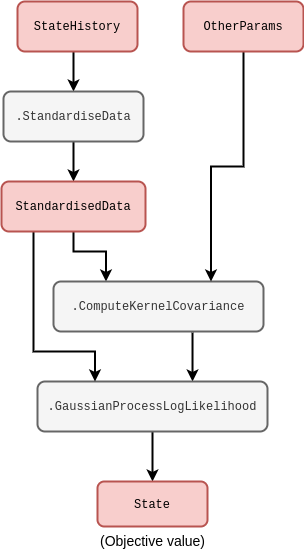
Before: assets/stochadexII/stochadexII-gaussian-process-code.drawio.png, a diagram exported from draw.io (umbralcalc/umbralcalc.github.io). Source tidied: cells renumbered, new cells last; positions are measured from the earlier drawing's top-left corner, leaving out a move shared by most shapes.
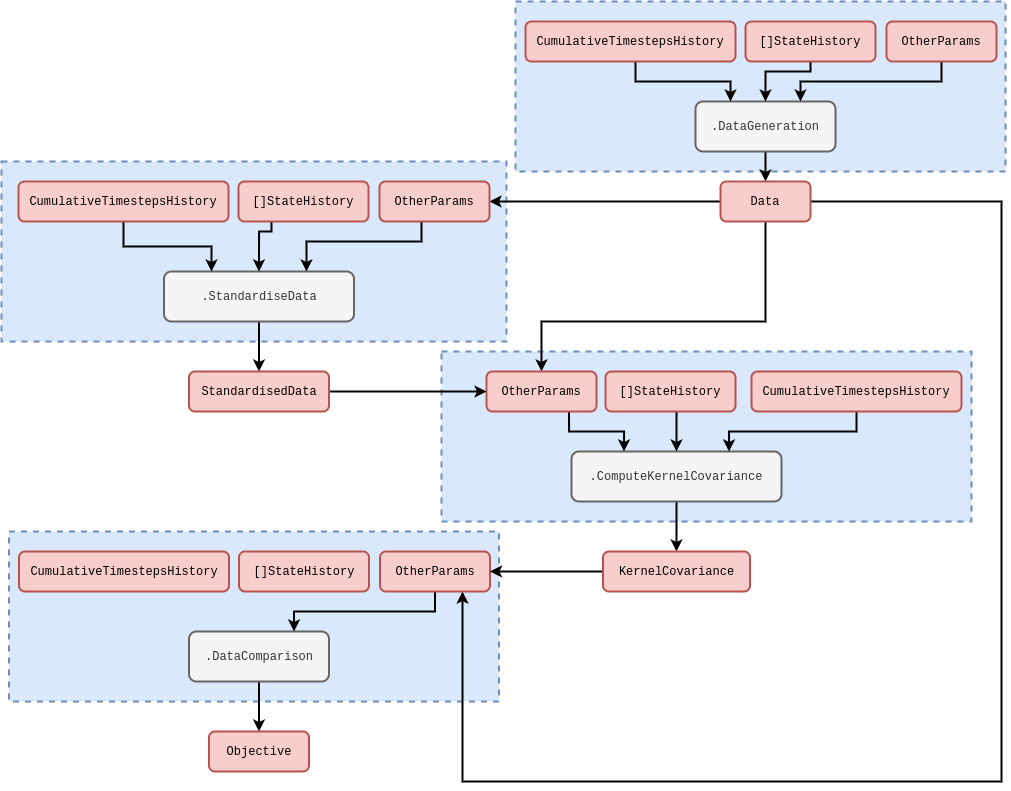
Later version of the same file.

Commit message:
Updated diagram for Gaussian processes

Diff of the diagram source:
```diff
@@ -2,66 +2,182 @@
   <root>
     <mxCell id="0" />
     <mxCell id="1" parent="0" />
-    <mxCell id="2" style="edgeStyle=orthogonalEdgeStyle;rounded=0;jettySize=auto;html=1;entryX=0.25;entryY=0;entryDx=0;entryDy=0;strokeWidth=2;exitX=0.5;exitY=1;exitDx=0;exitDy=0;" parent="1" edge="1" source="12" target="5">
-      <mxGeometry relative="1" as="geometry">
-        <Array as="points">
-          <mxPoint x="72" y="250" />
-          <mxPoint x="105" y="250" />
-        </Array>
-      </mxGeometry>
-    </mxCell>
-    <mxCell id="3" style="edgeStyle=orthogonalEdgeStyle;rounded=0;jettySize=auto;html=1;entryX=0.5;entryY=0;entryDx=0;entryDy=0;strokeWidth=2;exitX=0.5;exitY=1;exitDx=0;exitDy=0;" parent="1" edge="1" target="10">
-      <mxGeometry relative="1" as="geometry">
-        <mxPoint x="72" y="50" as="sourcePoint" />
-        <Array as="points">
-          <mxPoint x="72" y="60" />
-          <mxPoint x="72" y="60" />
-        </Array>
-      </mxGeometry>
-    </mxCell>
-    <mxCell id="4" style="edgeStyle=orthogonalEdgeStyle;rounded=0;jettySize=auto;html=1;exitX=0.662;exitY=1.02;exitDx=0;exitDy=0;exitPerimeter=0;entryX=0.674;entryY=0;entryDx=0;entryDy=0;entryPerimeter=0;strokeWidth=2;" parent="1" edge="1" source="5" target="7">
-      <mxGeometry relative="1" as="geometry" />
-    </mxCell>
+    <mxCell id="17" style="rounded=0;whiteSpace=wrap;html=1;dashed=1;strokeWidth=2;fillColor=#dae8fc;strokeColor=#6c8ebf;" parent="1" vertex="1">
+      <mxGeometry x="-70.5" y="530" width="490" height="170" as="geometry" />
+    </mxCell>
+    <mxCell id="18" style="rounded=0;whiteSpace=wrap;html=1;dashed=1;strokeWidth=2;fillColor=#dae8fc;strokeColor=#6c8ebf;" parent="1" vertex="1">
+      <mxGeometry x="-78" y="160" width="505" height="180" as="geometry" />
+    </mxCell>
+    <mxCell id="19" style="rounded=0;whiteSpace=wrap;html=1;dashed=1;strokeWidth=2;fillColor=#dae8fc;strokeColor=#6c8ebf;" parent="1" vertex="1">
+      <mxGeometry x="362" y="350" width="530" height="170" as="geometry" />
+    </mxCell>
+    <mxCell id="20" style="rounded=0;whiteSpace=wrap;html=1;dashed=1;strokeWidth=2;fillColor=#dae8fc;strokeColor=#6c8ebf;" parent="1" vertex="1">
+      <mxGeometry x="436" width="490" height="170" as="geometry" />
+    </mxCell>
+    <mxCell id="21" style="edgeStyle=orthogonalEdgeStyle;rounded=0;jettySize=auto;html=1;entryX=0.5;entryY=0;entryDx=0;entryDy=0;strokeWidth=2;" parent="1" edge="1" source="5" target="55">
+      <mxGeometry relative="1" as="geometry" />
+    </mxCell>
     <mxCell id="5" value="&lt;font face=&quot;Courier New&quot;&gt;.ComputeKernelCovariance&lt;/font&gt;" style="rounded=1;whiteSpace=wrap;html=1;strokeWidth=2;fillColor=#f5f5f5;fontColor=#333333;strokeColor=#666666;" parent="1" vertex="1">
-      <mxGeometry x="52" y="280" width="210" height="50" as="geometry" />
+      <mxGeometry x="492" y="450" width="210" height="50" as="geometry" />
     </mxCell>
-    <mxCell id="6" style="edgeStyle=orthogonalEdgeStyle;rounded=0;jettySize=auto;html=1;strokeWidth=2;entryX=0.5;entryY=0;entryDx=0;entryDy=0;" parent="1" edge="1" source="7" target="15">
-      <mxGeometry relative="1" as="geometry" />
-    </mxCell>
-    <mxCell id="7" value="&lt;font face=&quot;Courier New&quot;&gt;.GaussianProcessLogLikelihood&lt;/font&gt;" style="rounded=1;whiteSpace=wrap;html=1;strokeWidth=2;fillColor=#f5f5f5;fontColor=#333333;strokeColor=#666666;" parent="1" vertex="1">
-      <mxGeometry x="36" y="380" width="230" height="50" as="geometry" />
-    </mxCell>
-    <mxCell id="8" style="edgeStyle=orthogonalEdgeStyle;rounded=0;jettySize=auto;html=1;entryX=0.75;entryY=0;entryDx=0;entryDy=0;strokeWidth=2;exitX=0.5;exitY=1;exitDx=0;exitDy=0;" parent="1" edge="1" source="14" target="5">
-      <mxGeometry relative="1" as="geometry" />
-    </mxCell>
+    <mxCell id="22" style="edgeStyle=orthogonalEdgeStyle;rounded=0;jettySize=auto;html=1;strokeWidth=2;" parent="1" edge="1" source="23">
+      <mxGeometry relative="1" as="geometry">
+        <mxPoint x="686" y="180" as="targetPoint" />
+      </mxGeometry>
+    </mxCell>
+    <mxCell id="23" value="&lt;font face=&quot;Courier New&quot;&gt;.DataGeneration&lt;/font&gt;" style="rounded=1;whiteSpace=wrap;html=1;strokeWidth=2;fillColor=#f5f5f5;fontColor=#333333;strokeColor=#666666;" parent="1" vertex="1">
+      <mxGeometry x="616" y="100" width="140" height="50" as="geometry" />
+    </mxCell>
+    <mxCell id="24" style="edgeStyle=orthogonalEdgeStyle;rounded=0;jettySize=auto;html=1;entryX=1;entryY=0.5;entryDx=0;entryDy=0;strokeWidth=2;" parent="1" edge="1" source="27" target="45">
+      <mxGeometry relative="1" as="geometry" />
+    </mxCell>
+    <mxCell id="25" style="edgeStyle=orthogonalEdgeStyle;rounded=0;jettySize=auto;html=1;strokeWidth=2;entryX=0.5;entryY=0;entryDx=0;entryDy=0;" parent="1" edge="1" source="27" target="40">
+      <mxGeometry relative="1" as="geometry">
+        <Array as="points">
+          <mxPoint x="686" y="320" />
+          <mxPoint x="462" y="320" />
+        </Array>
+      </mxGeometry>
+    </mxCell>
+    <mxCell id="26" style="edgeStyle=orthogonalEdgeStyle;rounded=0;jettySize=auto;html=1;entryX=0.75;entryY=1;entryDx=0;entryDy=0;strokeWidth=2;" parent="1" edge="1" source="27" target="52">
+      <mxGeometry relative="1" as="geometry">
+        <Array as="points">
+          <mxPoint x="922" y="200" />
+          <mxPoint x="922" y="780" />
+          <mxPoint x="383" y="780" />
+        </Array>
+      </mxGeometry>
+    </mxCell>
+    <mxCell id="27" value="&lt;font face=&quot;Courier New&quot;&gt;Data&lt;/font&gt;" style="rounded=1;whiteSpace=wrap;html=1;strokeWidth=2;fillColor=#f8cecc;strokeColor=#b85450;" parent="1" vertex="1">
+      <mxGeometry x="641" y="180" width="90" height="40" as="geometry" />
+    </mxCell>
+    <mxCell id="28" style="edgeStyle=orthogonalEdgeStyle;rounded=0;jettySize=auto;html=1;entryX=0.25;entryY=0;entryDx=0;entryDy=0;strokeWidth=2;exitX=0.75;exitY=1;exitDx=0;exitDy=0;" parent="1" edge="1" source="40" target="5">
+      <mxGeometry relative="1" as="geometry" />
+    </mxCell>
     <mxCell id="9" style="edgeStyle=orthogonalEdgeStyle;rounded=0;jettySize=auto;html=1;strokeWidth=2;" parent="1" edge="1" source="10" target="12">
       <mxGeometry relative="1" as="geometry" />
     </mxCell>
     <mxCell id="10" value="&lt;font face=&quot;Courier New&quot;&gt;.StandardiseData&lt;/font&gt;" style="rounded=1;whiteSpace=wrap;html=1;strokeWidth=2;fillColor=#f5f5f5;fontColor=#333333;strokeColor=#666666;" parent="1" vertex="1">
-      <mxGeometry x="2" y="90" width="140" height="50" as="geometry" />
+      <mxGeometry x="84.5" y="270" width="190" height="50" as="geometry" />
     </mxCell>
-    <mxCell id="11" style="edgeStyle=orthogonalEdgeStyle;rounded=0;jettySize=auto;html=1;entryX=0.25;entryY=0;entryDx=0;entryDy=0;strokeWidth=2;" parent="1" edge="1" source="12" target="7">
-      <mxGeometry relative="1" as="geometry">
-        <Array as="points">
-          <mxPoint x="32" y="350" />
-          <mxPoint x="94" y="350" />
-        </Array>
-      </mxGeometry>
-    </mxCell>
+    <mxCell id="29" style="edgeStyle=orthogonalEdgeStyle;rounded=0;jettySize=auto;html=1;entryX=0.25;entryY=0;entryDx=0;entryDy=0;strokeWidth=2;exitX=0.5;exitY=1;exitDx=0;exitDy=0;" parent="1" edge="1" source="43" target="10">
+      <mxGeometry relative="1" as="geometry" />
+    </mxCell>
+    <mxCell id="30" style="edgeStyle=orthogonalEdgeStyle;rounded=0;jettySize=auto;html=1;entryX=0.5;entryY=0;entryDx=0;entryDy=0;strokeWidth=2;" parent="1" edge="1" source="31" target="23">
+      <mxGeometry relative="1" as="geometry">
+        <Array as="points">
+          <mxPoint x="731" y="70" />
+          <mxPoint x="686" y="70" />
+        </Array>
+      </mxGeometry>
+    </mxCell>
+    <mxCell id="31" value="&lt;font face=&quot;Courier New&quot;&gt;[]StateHistory&lt;/font&gt;" style="rounded=1;whiteSpace=wrap;html=1;strokeWidth=2;fillColor=#f8cecc;strokeColor=#b85450;" parent="1" vertex="1">
+      <mxGeometry x="666" y="20" width="130" height="40" as="geometry" />
+    </mxCell>
+    <mxCell id="32" style="edgeStyle=orthogonalEdgeStyle;rounded=0;jettySize=auto;html=1;entryX=0.25;entryY=0;entryDx=0;entryDy=0;strokeWidth=2;" parent="1" edge="1" source="33" target="23">
+      <mxGeometry relative="1" as="geometry">
+        <Array as="points">
+          <mxPoint x="556" y="80" />
+          <mxPoint x="651" y="80" />
+        </Array>
+      </mxGeometry>
+    </mxCell>
+    <mxCell id="33" value="&lt;font face=&quot;Courier New&quot;&gt;CumulativeTimestepsHistory&lt;/font&gt;" style="rounded=1;whiteSpace=wrap;html=1;strokeWidth=2;fillColor=#f8cecc;strokeColor=#b85450;" parent="1" vertex="1">
+      <mxGeometry x="446" y="20" width="210" height="40" as="geometry" />
+    </mxCell>
+    <mxCell id="34" style="edgeStyle=orthogonalEdgeStyle;rounded=0;jettySize=auto;html=1;entryX=0.75;entryY=0;entryDx=0;entryDy=0;strokeWidth=2;" parent="1" edge="1" source="35" target="23">
+      <mxGeometry relative="1" as="geometry">
+        <Array as="points">
+          <mxPoint x="862" y="80" />
+          <mxPoint x="721" y="80" />
+        </Array>
+      </mxGeometry>
+    </mxCell>
+    <mxCell id="35" value="&lt;font face=&quot;Courier New&quot;&gt;OtherParams&lt;/font&gt;" style="rounded=1;whiteSpace=wrap;html=1;strokeWidth=2;fillColor=#f8cecc;strokeColor=#b85450;" parent="1" vertex="1">
+      <mxGeometry x="807" y="20" width="110" height="40" as="geometry" />
+    </mxCell>
+    <mxCell id="36" style="edgeStyle=orthogonalEdgeStyle;rounded=0;jettySize=auto;html=1;entryX=0.5;entryY=0;entryDx=0;entryDy=0;strokeWidth=2;" parent="1" edge="1" source="37" target="5">
+      <mxGeometry relative="1" as="geometry">
+        <Array as="points">
+          <mxPoint x="597" y="440" />
+          <mxPoint x="597" y="440" />
+        </Array>
+      </mxGeometry>
+    </mxCell>
+    <mxCell id="37" value="&lt;font face=&quot;Courier New&quot;&gt;[]StateHistory&lt;/font&gt;" style="rounded=1;whiteSpace=wrap;html=1;strokeWidth=2;fillColor=#f8cecc;strokeColor=#b85450;" parent="1" vertex="1">
+      <mxGeometry x="526" y="370" width="130" height="40" as="geometry" />
+    </mxCell>
+    <mxCell id="38" style="edgeStyle=orthogonalEdgeStyle;rounded=0;jettySize=auto;html=1;entryX=0.75;entryY=0;entryDx=0;entryDy=0;strokeWidth=2;" parent="1" edge="1" source="39" target="5">
+      <mxGeometry relative="1" as="geometry" />
+    </mxCell>
+    <mxCell id="39" value="&lt;font face=&quot;Courier New&quot;&gt;CumulativeTimestepsHistory&lt;/font&gt;" style="rounded=1;whiteSpace=wrap;html=1;strokeWidth=2;fillColor=#f8cecc;strokeColor=#b85450;" parent="1" vertex="1">
+      <mxGeometry x="672" y="370" width="210" height="40" as="geometry" />
+    </mxCell>
+    <mxCell id="40" value="&lt;font face=&quot;Courier New&quot;&gt;OtherParams&lt;/font&gt;" style="rounded=1;whiteSpace=wrap;html=1;strokeWidth=2;fillColor=#f8cecc;strokeColor=#b85450;" parent="1" vertex="1">
+      <mxGeometry x="407" y="370" width="110" height="40" as="geometry" />
+    </mxCell>
+    <mxCell id="41" style="edgeStyle=orthogonalEdgeStyle;rounded=0;jettySize=auto;html=1;entryX=0.5;entryY=0;entryDx=0;entryDy=0;strokeWidth=2;" parent="1" edge="1" source="42" target="10">
+      <mxGeometry relative="1" as="geometry">
+        <Array as="points">
+          <mxPoint x="192" y="230" />
+          <mxPoint x="180" y="230" />
+        </Array>
+      </mxGeometry>
+    </mxCell>
+    <mxCell id="42" value="&lt;font face=&quot;Courier New&quot;&gt;[]StateHistory&lt;/font&gt;" style="rounded=1;whiteSpace=wrap;html=1;strokeWidth=2;fillColor=#f8cecc;strokeColor=#b85450;" parent="1" vertex="1">
+      <mxGeometry x="159" y="180" width="130" height="40" as="geometry" />
+    </mxCell>
+    <mxCell id="43" value="&lt;font face=&quot;Courier New&quot;&gt;CumulativeTimestepsHistory&lt;/font&gt;" style="rounded=1;whiteSpace=wrap;html=1;strokeWidth=2;fillColor=#f8cecc;strokeColor=#b85450;" parent="1" vertex="1">
+      <mxGeometry x="-61" y="180" width="210" height="40" as="geometry" />
+    </mxCell>
+    <mxCell id="44" style="edgeStyle=orthogonalEdgeStyle;rounded=0;jettySize=auto;html=1;entryX=0.75;entryY=0;entryDx=0;entryDy=0;strokeWidth=2;" parent="1" edge="1" source="45" target="10">
+      <mxGeometry relative="1" as="geometry">
+        <Array as="points">
+          <mxPoint x="342" y="240" />
+          <mxPoint x="227" y="240" />
+        </Array>
+      </mxGeometry>
+    </mxCell>
+    <mxCell id="45" value="&lt;font face=&quot;Courier New&quot;&gt;OtherParams&lt;/font&gt;" style="rounded=1;whiteSpace=wrap;html=1;strokeWidth=2;fillColor=#f8cecc;strokeColor=#b85450;" parent="1" vertex="1">
+      <mxGeometry x="300" y="180" width="110" height="40" as="geometry" />
+    </mxCell>
+    <mxCell id="46" style="edgeStyle=orthogonalEdgeStyle;rounded=0;jettySize=auto;html=1;entryX=0;entryY=0.5;entryDx=0;entryDy=0;strokeWidth=2;" parent="1" edge="1" source="12" target="40">
+      <mxGeometry relative="1" as="geometry" />
+    </mxCell>
     <mxCell id="12" value="&lt;font face=&quot;Courier New&quot;&gt;StandardisedData&lt;/font&gt;" style="rounded=1;whiteSpace=wrap;html=1;strokeWidth=2;fillColor=#f8cecc;strokeColor=#b85450;" parent="1" vertex="1">
-      <mxGeometry y="180" width="144" height="50" as="geometry" />
+      <mxGeometry x="109.5" y="370" width="140" height="40" as="geometry" />
     </mxCell>
-    <mxCell id="13" value="&lt;font face=&quot;Courier New&quot;&gt;StateHistory&lt;/font&gt;" style="rounded=1;whiteSpace=wrap;html=1;strokeWidth=2;fillColor=#f8cecc;strokeColor=#b85450;" parent="1" vertex="1">
-      <mxGeometry x="16" width="120" height="50" as="geometry" />
-    </mxCell>
-    <mxCell id="14" value="&lt;font face=&quot;Courier New&quot;&gt;OtherParams&lt;/font&gt;" style="rounded=1;whiteSpace=wrap;html=1;strokeWidth=2;fillColor=#f8cecc;strokeColor=#b85450;" parent="1" vertex="1">
-      <mxGeometry x="182" width="120" height="50" as="geometry" />
-    </mxCell>
-    <mxCell id="15" value="&lt;font face=&quot;Courier New&quot;&gt;State&lt;/font&gt;" style="rounded=1;whiteSpace=wrap;html=1;strokeWidth=2;fillColor=#f8cecc;strokeColor=#b85450;" parent="1" vertex="1">
-      <mxGeometry x="96" y="480" width="110" height="45" as="geometry" />
-    </mxCell>
-    <mxCell id="16" value="&lt;font style=&quot;font-size: 14px;&quot;&gt;(Objective value)&lt;/font&gt;" style="text;html=1;align=center;verticalAlign=middle;strokeColor=none;fillColor=none;" parent="1" vertex="1">
-      <mxGeometry x="86" y="525" width="130" height="30" as="geometry" />
-    </mxCell>
+    <mxCell id="47" style="edgeStyle=orthogonalEdgeStyle;rounded=0;jettySize=auto;html=1;strokeWidth=2;" parent="1" edge="1" source="48" target="53">
+      <mxGeometry relative="1" as="geometry" />
+    </mxCell>
+    <mxCell id="48" value="&lt;font face=&quot;Courier New&quot;&gt;.DataComparison&lt;/font&gt;" style="rounded=1;whiteSpace=wrap;html=1;strokeWidth=2;fillColor=#f5f5f5;fontColor=#333333;strokeColor=#666666;" parent="1" vertex="1">
+      <mxGeometry x="109.5" y="630" width="140" height="50" as="geometry" />
+    </mxCell>
+    <mxCell id="49" value="&lt;font face=&quot;Courier New&quot;&gt;[]StateHistory&lt;/font&gt;" style="rounded=1;whiteSpace=wrap;html=1;strokeWidth=2;fillColor=#f8cecc;strokeColor=#b85450;" parent="1" vertex="1">
+      <mxGeometry x="159.5" y="550" width="130" height="40" as="geometry" />
+    </mxCell>
+    <mxCell id="50" value="&lt;font face=&quot;Courier New&quot;&gt;CumulativeTimestepsHistory&lt;/font&gt;" style="rounded=1;whiteSpace=wrap;html=1;strokeWidth=2;fillColor=#f8cecc;strokeColor=#b85450;" parent="1" vertex="1">
+      <mxGeometry x="-60.5" y="550" width="210" height="40" as="geometry" />
+    </mxCell>
+    <mxCell id="51" style="edgeStyle=orthogonalEdgeStyle;rounded=0;jettySize=auto;html=1;entryX=0.75;entryY=0;entryDx=0;entryDy=0;strokeWidth=2;" parent="1" edge="1" source="52" target="48">
+      <mxGeometry relative="1" as="geometry">
+        <Array as="points">
+          <mxPoint x="355.5" y="610" />
+          <mxPoint x="214.5" y="610" />
+        </Array>
+      </mxGeometry>
+    </mxCell>
+    <mxCell id="52" value="&lt;font face=&quot;Courier New&quot;&gt;OtherParams&lt;/font&gt;" style="rounded=1;whiteSpace=wrap;html=1;strokeWidth=2;fillColor=#f8cecc;strokeColor=#b85450;" parent="1" vertex="1">
+      <mxGeometry x="300.5" y="550" width="110" height="40" as="geometry" />
+    </mxCell>
+    <mxCell id="53" value="&lt;font face=&quot;Courier New&quot;&gt;Objective&lt;/font&gt;" style="rounded=1;whiteSpace=wrap;html=1;strokeWidth=2;fillColor=#f8cecc;strokeColor=#b85450;" parent="1" vertex="1">
+      <mxGeometry x="129.5" y="730" width="100" height="40" as="geometry" />
+    </mxCell>
+    <mxCell id="54" style="edgeStyle=orthogonalEdgeStyle;rounded=0;jettySize=auto;html=1;entryX=1;entryY=0.5;entryDx=0;entryDy=0;strokeWidth=2;" parent="1" edge="1" source="55" target="52">
+      <mxGeometry relative="1" as="geometry" />
+    </mxCell>
+    <mxCell id="55" value="&lt;font face=&quot;Courier New&quot;&gt;KernelCovariance&lt;/font&gt;" style="rounded=1;whiteSpace=wrap;html=1;strokeWidth=2;fillColor=#f8cecc;strokeColor=#b85450;" parent="1" vertex="1">
+      <mxGeometry x="523.5" y="550" width="147" height="40" as="geometry" />
+    </mxCell>
   </root>
 </mxGraphModel>
```
